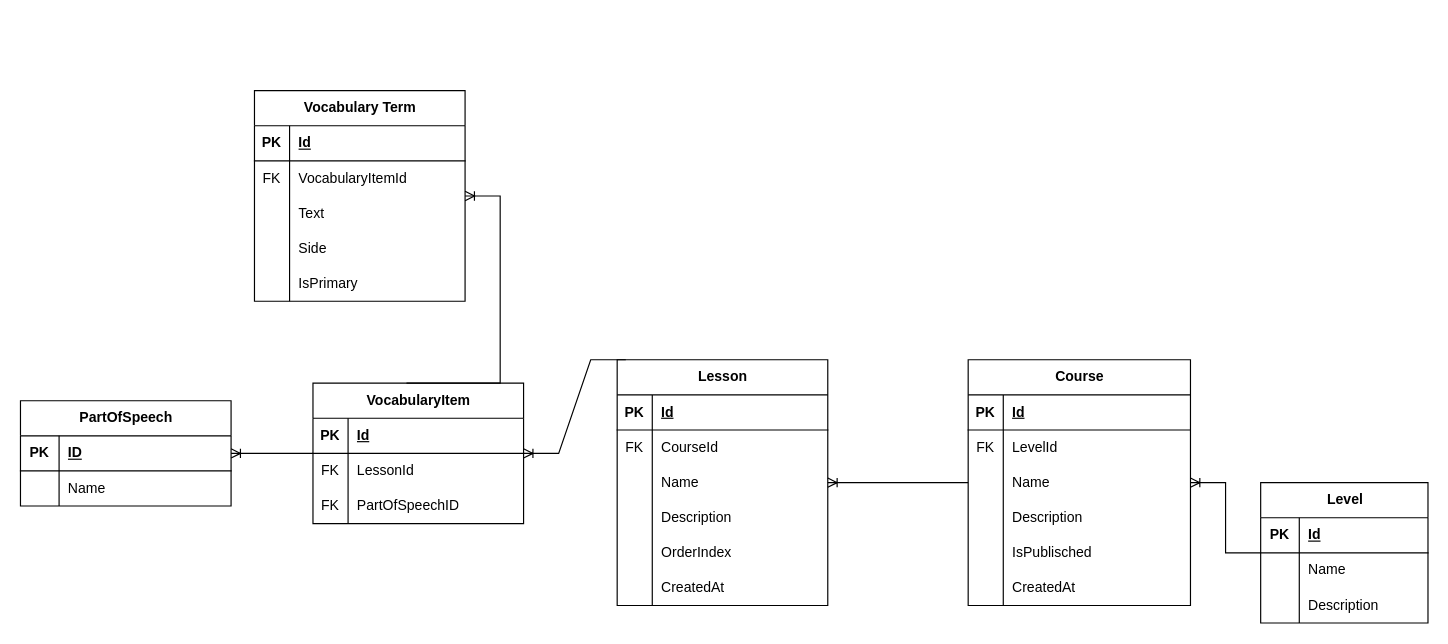
yankovva/LernDeutchApp keeps this draw.io diagram as docs/database/DatabaseDiagram.drawio. Above is the earlier version. Source tidied: cells renumbered, new cells numbered last; positions are measured from the earlier drawing's top-left corner, leaving out a move shared by most shapes. Both pictures are drawn from the tidied source at 117%, with x=0, y=0 at pixel (20, 90).
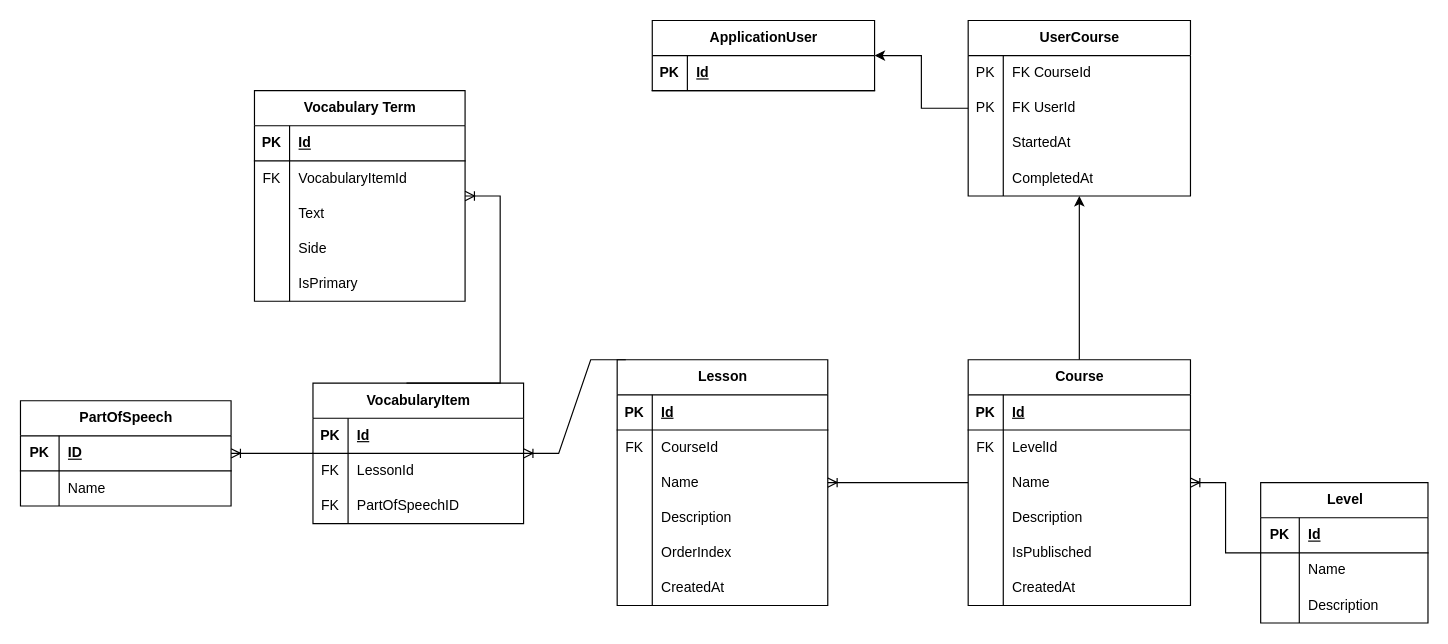
The same page after the edit.

The change refers to these unchanged cells:
```xml
<mxCell id="2" value="Course" style="shape=table;startSize=30;childLayout=tableLayout;rowLines=0;fontStyle=1;align=center;html=1;" parent="1" vertex="1">
  <mxGeometry x="810" y="230" width="190" height="210" as="geometry" />
</mxCell>
```

Change to the diagram source:
```diff
@@
+    <mxCell id="89" style="edgeStyle=orthogonalEdgeStyle;rounded=0;jettySize=auto;html=1;" parent="1" edge="1" source="2" target="91">
+      <mxGeometry relative="1" as="geometry" />
+    </mxCell>
@@
+    <mxCell id="90" style="edgeStyle=orthogonalEdgeStyle;rounded=0;jettySize=auto;html=1;" parent="1" edge="1" source="91" target="105">
+      <mxGeometry relative="1" as="geometry" />
+    </mxCell>
+    <mxCell id="91" value="UserCourse" style="shape=table;startSize=30;childLayout=tableLayout;rowLines=0;fontStyle=1;align=center;html=1;" parent="1" vertex="1">
+      <mxGeometry x="810" y="-60" width="190" height="150" as="geometry" />
+    </mxCell>
+    <mxCell id="92" style="shape=tableRow;horizontal=0;startSize=0;swimlaneHead=0;swimlaneBody=0;fillColor=none;top=0;left=0;right=0;bottom=0;" parent="91" vertex="1">
+      <mxGeometry y="30" width="190" height="30" as="geometry" />
+    </mxCell>
+    <mxCell id="93" value="PK" style="shape=partialRectangle;fillColor=none;top=0;left=0;bottom=0;right=0;overflow=hidden;whiteSpace=wrap;html=1;" parent="92" vertex="1">
+      <mxGeometry width="30" height="30" as="geometry" />
+    </mxCell>
+    <mxCell id="94" value="FK CourseId" style="shape=partialRectangle;fillColor=none;top=0;left=0;bottom=0;right=0;align=left;spacingLeft=6;overflow=hidden;whiteSpace=wrap;html=1;" parent="92" vertex="1">
+      <mxGeometry x="30" width="160" height="30" as="geometry" />
+    </mxCell>
+    <mxCell id="95" style="shape=tableRow;horizontal=0;startSize=0;swimlaneHead=0;swimlaneBody=0;fillColor=none;top=0;left=0;right=0;bottom=0;" parent="91" vertex="1">
+      <mxGeometry y="60" width="190" height="30" as="geometry" />
+    </mxCell>
+    <mxCell id="96" value="PK" style="shape=partialRectangle;fillColor=none;top=0;left=0;bottom=0;right=0;overflow=hidden;whiteSpace=wrap;html=1;" parent="95" vertex="1">
+      <mxGeometry width="30" height="30" as="geometry" />
+    </mxCell>
+    <mxCell id="97" value="FK UserId" style="shape=partialRectangle;fillColor=none;top=0;left=0;bottom=0;right=0;align=left;spacingLeft=6;overflow=hidden;whiteSpace=wrap;html=1;" parent="95" vertex="1">
+      <mxGeometry x="30" width="160" height="30" as="geometry" />
+    </mxCell>
+    <mxCell id="98" style="shape=tableRow;horizontal=0;startSize=0;swimlaneHead=0;swimlaneBody=0;fillColor=none;top=0;left=0;right=0;bottom=0;" parent="91" vertex="1">
+      <mxGeometry y="90" width="190" height="30" as="geometry" />
+    </mxCell>
+    <mxCell id="99" style="shape=partialRectangle;fillColor=none;top=0;left=0;bottom=0;right=0;overflow=hidden;whiteSpace=wrap;html=1;" parent="98" vertex="1">
+      <mxGeometry width="30" height="30" as="geometry" />
+    </mxCell>
+    <mxCell id="100" value="StartedAt" style="shape=partialRectangle;fillColor=none;top=0;left=0;bottom=0;right=0;align=left;spacingLeft=6;overflow=hidden;whiteSpace=wrap;html=1;" parent="98" vertex="1">
+      <mxGeometry x="30" width="160" height="30" as="geometry" />
+    </mxCell>
+    <mxCell id="101" style="edgeStyle=orthogonalEdgeStyle;rounded=0;orthogonalLoop=1;jettySize=auto;html=1;exitX=1;exitY=0.5;exitDx=0;exitDy=0;" parent="91" edge="1">
+      <mxGeometry relative="1" as="geometry">
+        <mxPoint x="190" y="105" as="sourcePoint" />
+        <mxPoint x="190" y="105" as="targetPoint" />
+      </mxGeometry>
+    </mxCell>
+    <mxCell id="102" style="shape=tableRow;horizontal=0;startSize=0;swimlaneHead=0;swimlaneBody=0;fillColor=none;top=0;left=0;right=0;bottom=0;" parent="91" vertex="1">
+      <mxGeometry y="120" width="190" height="30" as="geometry" />
+    </mxCell>
+    <mxCell id="103" style="shape=partialRectangle;fillColor=none;top=0;left=0;bottom=0;right=0;overflow=hidden;whiteSpace=wrap;html=1;" parent="102" vertex="1">
+      <mxGeometry width="30" height="30" as="geometry" />
+    </mxCell>
+    <mxCell id="104" value="CompletedAt" style="shape=partialRectangle;fillColor=none;top=0;left=0;bottom=0;right=0;align=left;spacingLeft=6;overflow=hidden;whiteSpace=wrap;html=1;" parent="102" vertex="1">
+      <mxGeometry x="30" width="160" height="30" as="geometry" />
+    </mxCell>
+    <mxCell id="105" value="ApplicationUser" style="shape=table;startSize=30;childLayout=tableLayout;rowLines=0;fontStyle=1;align=center;html=1;" parent="1" vertex="1">
+      <mxGeometry x="540" y="-60" width="190" height="60" as="geometry" />
+    </mxCell>
+    <mxCell id="106" style="shape=tableRow;horizontal=0;startSize=0;swimlaneHead=0;swimlaneBody=0;fillColor=none;top=0;left=0;right=0;bottom=1;" parent="105" vertex="1">
+      <mxGeometry y="30" width="190" height="30" as="geometry" />
+    </mxCell>
+    <mxCell id="107" value="PK" style="shape=partialRectangle;fillColor=none;top=0;left=0;bottom=0;right=0;fontStyle=1;overflow=hidden;whiteSpace=wrap;html=1;" parent="106" vertex="1">
+      <mxGeometry width="30" height="30" as="geometry" />
+    </mxCell>
+    <mxCell id="108" value="Id" style="shape=partialRectangle;fillColor=none;top=0;left=0;bottom=0;right=0;align=left;spacingLeft=6;fontStyle=5;overflow=hidden;whiteSpace=wrap;html=1;" parent="106" vertex="1">
+      <mxGeometry x="30" width="160" height="30" as="geometry" />
+    </mxCell>
+    <mxCell id="109" style="edgeStyle=orthogonalEdgeStyle;rounded=0;orthogonalLoop=1;jettySize=auto;html=1;exitX=1;exitY=0.5;exitDx=0;exitDy=0;" parent="105" edge="1">
+      <mxGeometry relative="1" as="geometry">
+        <mxPoint x="190" y="105" as="sourcePoint" />
+        <mxPoint x="190" y="105" as="targetPoint" />
+      </mxGeometry>
+    </mxCell>
```
